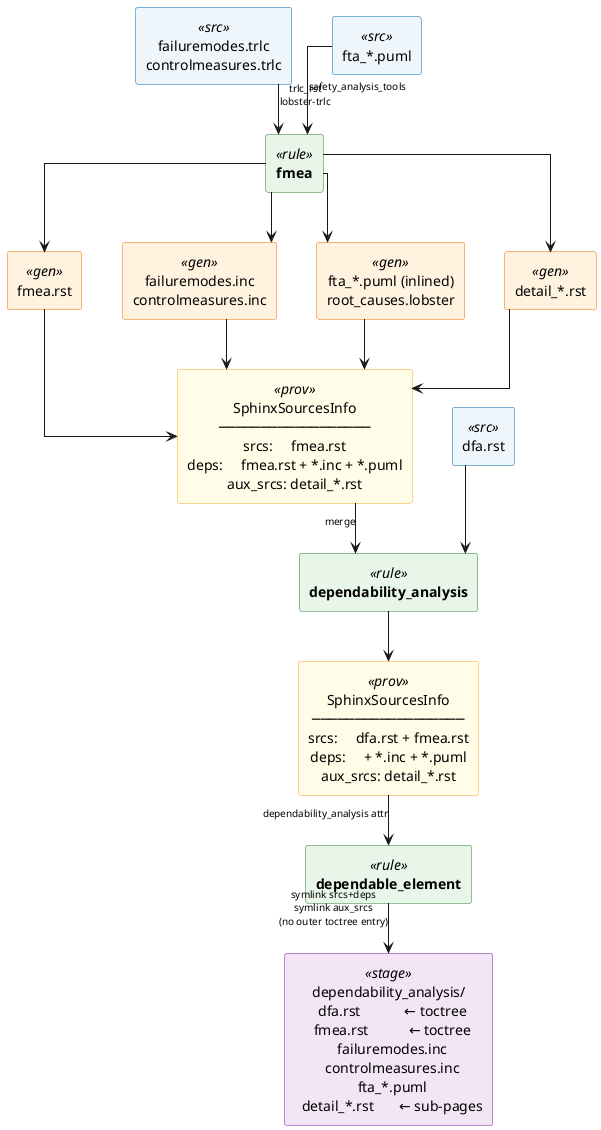
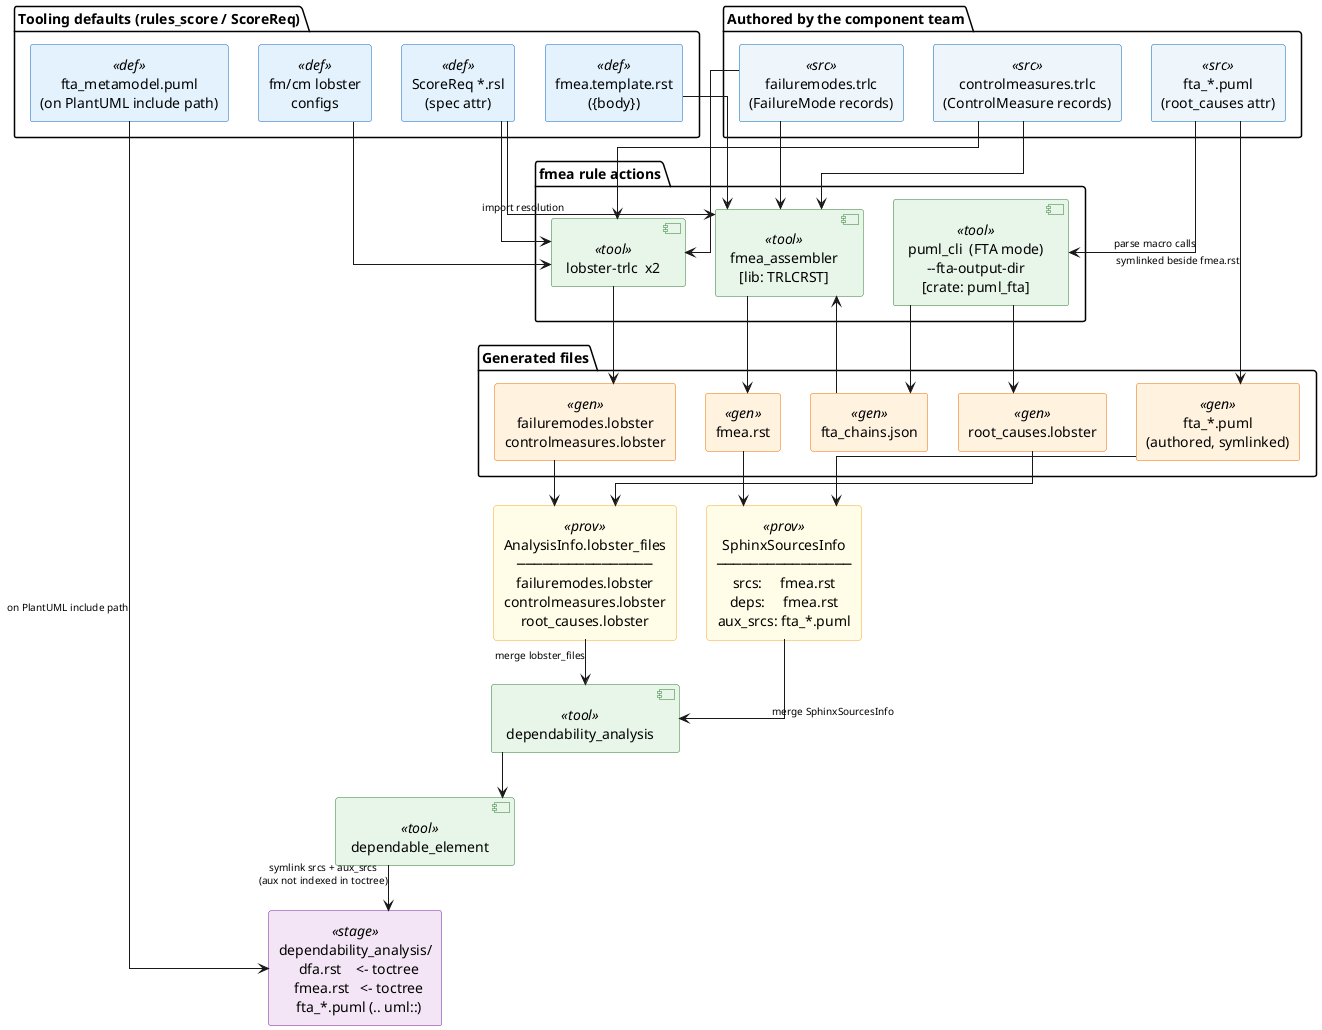
' *******************************************************************************
' Copyright (c) 2026 Contributors to the Eclipse Foundation
'
' See the NOTICE file(s) distributed with this work for additional
' information regarding copyright ownership.
'
' This program and the accompanying materials are made available under the
' terms of the Apache License Version 2.0 which is available at
' https://www.apache.org/licenses/LICENSE-2.0
'
' SPDX-License-Identifier: Apache-2.0
' *******************************************************************************

@startuml safety_analysis_doc_pipeline

- ' Data flow from safety analysis source files through Bazel rules into the
- ' Sphinx staging tree.
+ ' Component view of the FMEA build: input artifacts (authored + tooling
+ ' defaults) flow through three in-process tool actions of the ``fmea`` rule into
+ ' the generated files, the providers, and finally the Sphinx staging tree.

skinparam linetype ortho
skinparam ArrowFontSize 10
skinparam defaultTextAlignment center
- skinparam nodesep 40
- skinparam ranksep 50
+ skinparam nodesep 30
+ skinparam ranksep 45

skinparam rectangle {
    BackgroundColor<<src>>   #EFF6FB
    BorderColor<<src>>       #0066B1
+     BackgroundColor<<def>>   #E3F2FD
+     BorderColor<<def>>       #1565C0
    BackgroundColor<<gen>>   #FFF3E0
    BorderColor<<gen>>       #EF6C00
-     BackgroundColor<<rule>>  #E8F5E9
-     BorderColor<<rule>>      #2E7D32
    BackgroundColor<<stage>> #F3E5F5
    BorderColor<<stage>>     #7B1FA2
    BackgroundColor<<prov>>  #FFFDE7
    BorderColor<<prov>>      #F9A825
}
+ skinparam component {
+     BackgroundColor<<tool>>  #E8F5E9
+     BorderColor<<tool>>      #2E7D32
+ }

- ' ── Inputs ────────────────────────────────────────────────────────────────────
- rectangle "failuremodes.trlc\ncontrolmeasures.trlc" <<src>> as trlc
- rectangle "fta_*.puml"                              <<src>> as fta
- rectangle "dfa.rst"                                 <<src>> as dfa
+ ' ── Input artifacts ──────────────────────────────────────────────────────────
+ package "Authored by the component team" {
+     rectangle "failuremodes.trlc\n(FailureMode records)"     <<src>> as fm_trlc
+     rectangle "controlmeasures.trlc\n(ControlMeasure records)" <<src>> as cm_trlc
+     rectangle "fta_*.puml\n(root_causes attr)"               <<src>> as fta_puml
+ }
+ package "Tooling defaults (rules_score / ScoreReq)" {
+     rectangle "ScoreReq *.rsl\n(spec attr)"        <<def>> as rsl
+     rectangle "fta_metamodel.puml\n(on PlantUML include path)" <<def>> as meta
+     rectangle "fmea.template.rst\n({body})"        <<def>> as tmpl
+     rectangle "fm/cm lobster\nconfigs"             <<def>> as lcfg
+ }

- ' ── fmea rule ─────────────────────────────────────────────────────────────────
- rectangle "**fmea**"  <<rule>> as fmea
+ ' ── fmea rule: three tool actions ────────────────────────────────────────────
+ package "fmea rule actions" {
+     component "puml_cli  (FTA mode)\n--fta-output-dir\n[crate: puml_fta]" <<tool>> as puml
+     component "fmea_assembler\n[lib: TRLCRST]"                            <<tool>> as asm
+     component "lobster-trlc  x2"                                          <<tool>> as ltrlc
+ }

- ' ── fmea generated files ──────────────────────────────────────────────────────
- rectangle "fmea.rst"               <<gen>> as fmea_rst
- rectangle "failuremodes.inc\ncontrolmeasures.inc" <<gen>> as inc_files
- rectangle "fta_*.puml (inlined)\nroot_causes.lobster" <<gen>> as puml_proc
- rectangle "detail_*.rst"          <<gen>> as detail_rst
+ ' ── Generated files ──────────────────────────────────────────────────────────
+ package "Generated files" {
+     rectangle "fta_*.puml\n(authored, symlinked)"   <<gen>> as puml_inl
+     rectangle "fta_chains.json"        <<gen>> as chains
+     rectangle "root_causes.lobster"    <<gen>> as rc_lob
+     rectangle "fmea.rst"               <<gen>> as fmea_rst
+     rectangle "failuremodes.lobster\ncontrolmeasures.lobster" <<gen>> as fmcm_lob
+ }

- ' ── fmea SphinxSourcesInfo ────────────────────────────────────────────────────
- rectangle "SphinxSourcesInfo\n──────────────────\nsrcs:     fmea.rst\ndeps:     fmea.rst + *.inc + *.puml\naux_srcs: detail_*.rst" <<prov>> as fmea_ssi
+ ' ── Providers ────────────────────────────────────────────────────────────────
+ rectangle "SphinxSourcesInfo\n────────────────\nsrcs:     fmea.rst\ndeps:     fmea.rst\naux_srcs: fta_*.puml" <<prov>> as ssi
+ rectangle "AnalysisInfo.lobster_files\n────────────────\nfailuremodes.lobster\ncontrolmeasures.lobster\nroot_causes.lobster" <<prov>> as ai

- ' ── dependability_analysis rule ───────────────────────────────────────────────
- rectangle "**dependability_analysis**" <<rule>> as da
+ ' ── Downstream rules + staging ───────────────────────────────────────────────
+ component "dependability_analysis" <<tool>> as da
+ component "dependable_element"     <<tool>> as de
+ rectangle "dependability_analysis/\n  dfa.rst    <- toctree\n  fmea.rst   <- toctree\n  fta_*.puml (.. uml::)" <<stage>> as stage

- ' ── dependability_analysis SphinxSourcesInfo ─────────────────────────────────
- rectangle "SphinxSourcesInfo\n──────────────────\nsrcs:     dfa.rst + fmea.rst\ndeps:     + *.inc + *.puml\naux_srcs: detail_*.rst" <<prov>> as da_ssi
+ ' ── Edges: inputs -> tools ───────────────────────────────────────────────────
+ fta_puml --> puml : parse macro calls

- ' ── dependable_element rule ───────────────────────────────────────────────────
- rectangle "**dependable_element**" <<rule>> as de
+ chains   --> asm
+ fm_trlc  --> asm
+ cm_trlc  --> asm
+ rsl      --> asm : import resolution
+ tmpl     --> asm

- ' ── Sphinx staging tree ───────────────────────────────────────────────────────
- rectangle "dependability_analysis/\n  dfa.rst            ← toctree\n  fmea.rst           ← toctree\n  failuremodes.inc\n  controlmeasures.inc\n  fta_*.puml\n  detail_*.rst       ← sub-pages" <<stage>> as stage
+ fm_trlc  --> ltrlc
+ cm_trlc  --> ltrlc
+ rsl      --> ltrlc
+ lcfg     --> ltrlc

- ' ── Edges ─────────────────────────────────────────────────────────────────────
- trlc --> fmea : trlc_rst\nlobster-trlc
- fta  --> fmea : safety_analysis_tools
+ ' ── Edges: tools -> generated ────────────────────────────────────────────────
+ fta_puml --> puml_inl : symlinked beside fmea.rst
+ meta     --> stage : on PlantUML include path
+ puml  --> chains
+ puml  --> rc_lob
+ asm   --> fmea_rst
+ ltrlc --> fmcm_lob

- fmea --> fmea_rst
- fmea --> inc_files
- fmea --> puml_proc
- fmea --> detail_rst
- fmea_rst   --> fmea_ssi
- inc_files  --> fmea_ssi
- puml_proc  --> fmea_ssi
- detail_rst --> fmea_ssi
+ ' ── Edges: generated -> providers ────────────────────────────────────────────
+ fmea_rst --> ssi
+ puml_inl --> ssi
+ rc_lob   --> ai
+ fmcm_lob --> ai

- dfa      --> da
- fmea_ssi --> da : merge
- 
- da --> da_ssi
- 
- da_ssi --> de : dependability_analysis attr
- de --> stage : symlink srcs+deps\nsymlink aux_srcs\n(no outer toctree entry)
+ ' ── Edges: providers -> downstream -> staging ────────────────────────────────
+ ssi --> da : merge SphinxSourcesInfo
+ ai  --> da : merge lobster_files
+ da  --> de
+ de  --> stage : symlink srcs + aux_srcs\n(aux not indexed in toctree)

@enduml
